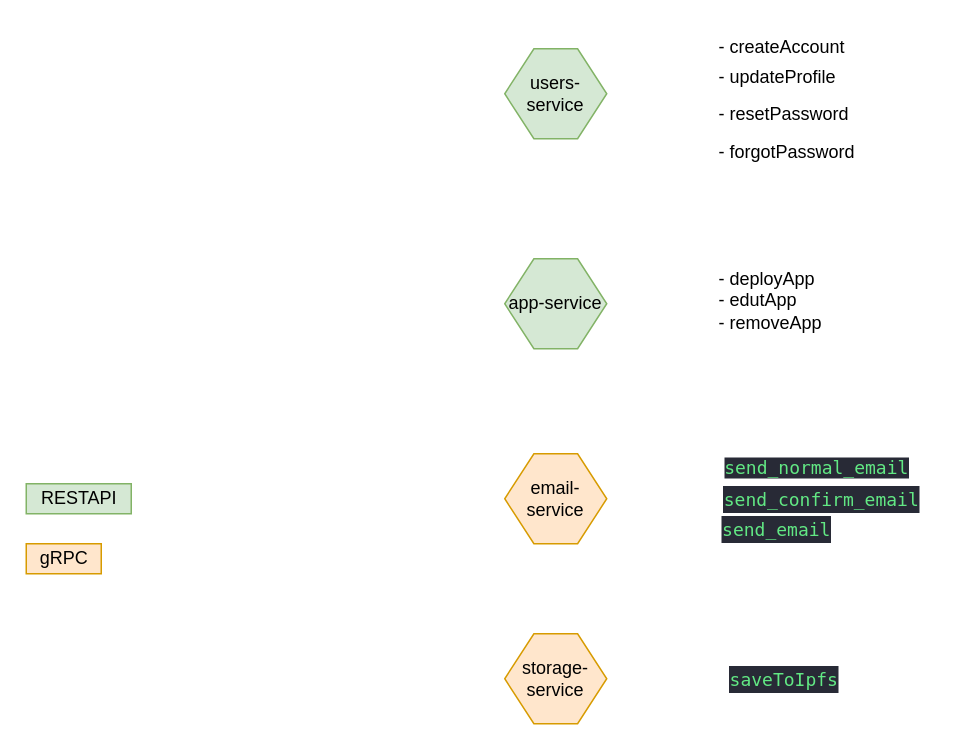
Earlier version of the draw.io diagram page "Flow" (2 of 2) of v-chain microservices architecture.drawio (NTT-TNN/draw). Source tidied: cells renumbered, new cells numbered last; positions are measured from the earlier drawing's top-left corner, leaving out a move shared by most shapes. Both pictures are drawn from the tidied source at 150%, with x=0, y=0 at pixel (26, 26).
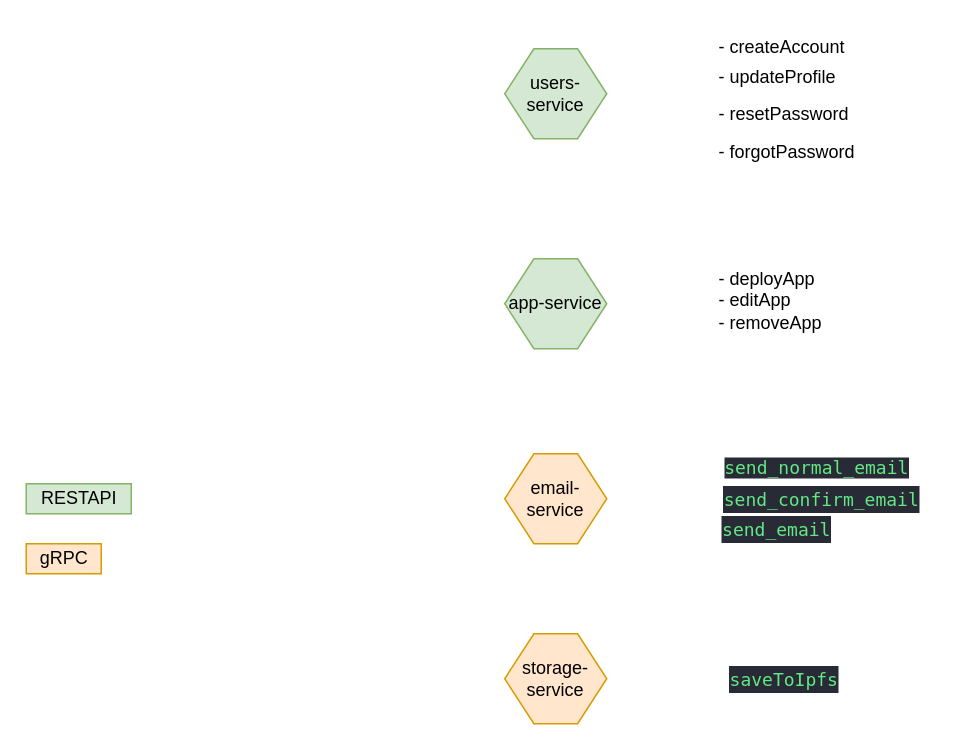
After the change.

The edit, as a diff of the source:
```diff
@@
 <mxGraphModel>
   <root>
     <mxCell id="0" />
     <mxCell id="1" parent="0" />
     <mxCell id="2" style="edgeStyle=orthogonalEdgeStyle;rounded=0;orthogonalLoop=1;jettySize=auto;html=1;exitX=0.5;exitY=1;exitDx=0;exitDy=0;" parent="1" edge="1">
       <mxGeometry relative="1" as="geometry">
         <mxPoint x="352" y="15" as="sourcePoint" />
         <mxPoint x="352" y="15" as="targetPoint" />
       </mxGeometry>
     </mxCell>
     <mxCell id="3" value="users-service" style="shape=hexagon;html=1;whiteSpace=wrap;perimeter=hexagonPerimeter;rounded=0;size=0.2857142857142857;fillColor=#d5e8d4;strokeColor=#82b366;" parent="1" vertex="1">
       <mxGeometry x="319" y="15" width="68" height="60" as="geometry" />
     </mxCell>
     <mxCell id="4" value="app-service" style="shape=hexagon;html=1;whiteSpace=wrap;perimeter=hexagonPerimeter;rounded=0;size=0.2857142857142857;fillColor=#d5e8d4;strokeColor=#82b366;" parent="1" vertex="1">
       <mxGeometry x="319" y="155" width="68" height="60" as="geometry" />
     </mxCell>
     <mxCell id="5" value="- forgotPassword" style="text;html=1;" parent="1" vertex="1">
       <mxGeometry x="460" y="70" width="110" height="30" as="geometry" />
     </mxCell>
     <mxCell id="6" value="- resetPassword" style="text;html=1;" parent="1" vertex="1">
       <mxGeometry x="460" y="45" width="100" height="30" as="geometry" />
     </mxCell>
     <mxCell id="7" value="- updateProfile" style="text;html=1;" parent="1" vertex="1">
       <mxGeometry x="460" y="20" width="100" as="geometry" />
     </mxCell>
     <mxCell id="8" value="- createAccount" style="text;html=1;" parent="1" vertex="1">
       <mxGeometry x="460" width="100" height="30" as="geometry" />
     </mxCell>
     <mxCell id="9" value="RESTAPI" style="text;html=1;align=center;verticalAlign=middle;fillColor=#d5e8d4;strokeColor=#82b366;" parent="1" vertex="1">
       <mxGeometry y="305" width="70" height="20" as="geometry" />
     </mxCell>
-    <mxCell id="10" value="- deployApp&lt;br&gt;- edutApp&lt;br&gt;- removeApp" style="text;html=1;" parent="1" vertex="1">
+    <mxCell id="10" value="- deployApp&lt;br&gt;- editApp&lt;br&gt;- removeApp" style="text;html=1;" parent="1" vertex="1">
       <mxGeometry x="460" y="155" width="80" height="50" as="geometry" />
     </mxCell>
     <mxCell id="11" value="email-service" style="shape=hexagon;html=1;whiteSpace=wrap;perimeter=hexagonPerimeter;rounded=0;size=0.2857142857142857;fillColor=#ffe6cc;strokeColor=#d79b00;" parent="1" vertex="1">
       <mxGeometry x="319" y="285" width="68" height="60" as="geometry" />
     </mxCell>
     <mxCell id="12" value="gRPC" style="text;html=1;align=center;verticalAlign=middle;fillColor=#ffe6cc;strokeColor=#d79b00;" parent="1" vertex="1">
       <mxGeometry y="345" width="50" height="20" as="geometry" />
     </mxCell>
     <mxCell id="13" value="&amp;nbsp;&lt;span style=&quot;color: rgb(98 , 232 , 132) ; background-color: rgb(40 , 42 , 54) ; font-family: &amp;#34;menlo&amp;#34; , &amp;#34;monaco&amp;#34; , &amp;#34;courier new&amp;#34; , monospace ; white-space: pre&quot;&gt;send_normal_email&lt;/span&gt;" style="text;html=1;align=center;verticalAlign=middle;" parent="1" vertex="1">
       <mxGeometry x="455" y="285" width="140" height="20" as="geometry" />
     </mxCell>
     <mxCell id="14" value="&lt;div style=&quot;color: rgb(246 , 246 , 244) ; background-color: rgb(40 , 42 , 54) ; font-family: &amp;#34;menlo&amp;#34; , &amp;#34;monaco&amp;#34; , &amp;#34;courier new&amp;#34; , monospace ; line-height: 18px ; white-space: pre&quot;&gt;&lt;span style=&quot;color: #62e884&quot;&gt;send_confirm_email&lt;/span&gt;&lt;/div&gt;" style="text;html=1;align=center;verticalAlign=middle;" parent="1" vertex="1">
       <mxGeometry x="455" y="305" width="150" height="20" as="geometry" />
     </mxCell>
     <mxCell id="15" value="&lt;div style=&quot;color: rgb(246 , 246 , 244) ; background-color: rgb(40 , 42 , 54) ; font-family: &amp;#34;menlo&amp;#34; , &amp;#34;monaco&amp;#34; , &amp;#34;courier new&amp;#34; , monospace ; line-height: 18px ; white-space: pre&quot;&gt;&lt;span style=&quot;color: #62e884&quot;&gt;send_email&lt;/span&gt;&lt;/div&gt;" style="text;html=1;align=center;verticalAlign=middle;" parent="1" vertex="1">
       <mxGeometry x="455" y="325" width="90" height="20" as="geometry" />
     </mxCell>
     <mxCell id="16" value="storage-service" style="shape=hexagon;html=1;whiteSpace=wrap;perimeter=hexagonPerimeter;rounded=0;size=0.2857142857142857;fillColor=#ffe6cc;strokeColor=#d79b00;" parent="1" vertex="1">
       <mxGeometry x="319" y="405" width="68" height="60" as="geometry" />
     </mxCell>
     <mxCell id="17" value="&lt;div style=&quot;color: rgb(246 , 246 , 244) ; background-color: rgb(40 , 42 , 54) ; font-family: &amp;#34;menlo&amp;#34; , &amp;#34;monaco&amp;#34; , &amp;#34;courier new&amp;#34; , monospace ; line-height: 18px ; white-space: pre&quot;&gt;&lt;span style=&quot;color: #62e884&quot;&gt;saveToIpfs&lt;/span&gt;&lt;/div&gt;" style="text;html=1;align=center;verticalAlign=middle;" parent="1" vertex="1">
       <mxGeometry x="460" y="425" width="90" height="20" as="geometry" />
     </mxCell>
   </root>
 </mxGraphModel>
```
